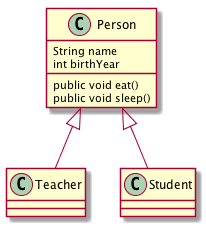
Above: assets/images/uml/oop/inherit.png in lyhcode/oosad (PlantUML), before the change.
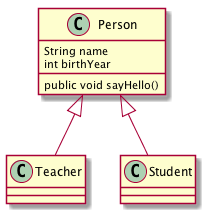
Above is the later version.

What changed in the source:
```diff
@@ -3,8 +3,7 @@
     String name
     int birthYear
 
-    public void eat()
-    public void sleep()
+    public void sayHello()
 }
 
 Person <|-- Teacher
```
